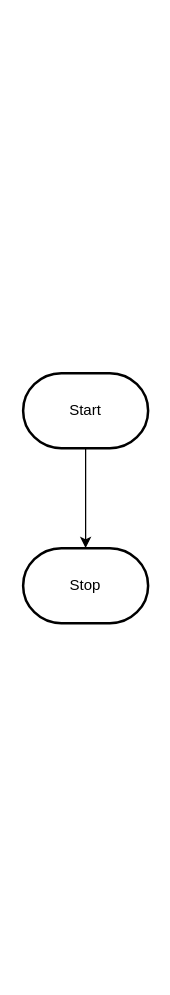
Earlier version of the draw.io diagram design/flowchart.drawio (MTHS-ICS2O-2-2022/ICS2O-Unit-6-03-charlotte-jhu). Source tidied: cells renumbered, new cells numbered last; positions are measured from the earlier drawing's top-left corner, leaving out a move shared by most shapes. Both pictures are drawn from the tidied source at 125%, with x=0, y=0 at pixel (22, 372).
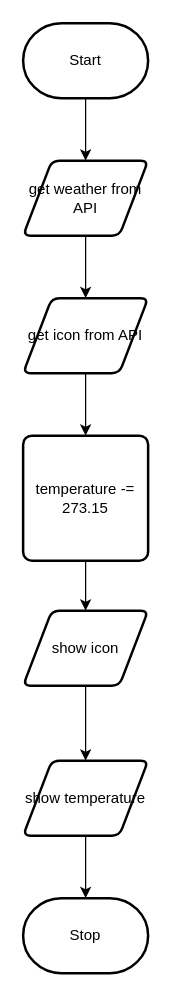
After the change.

Change to the diagram source:
```diff
@@
 <mxGraphModel>
   <root>
     <mxCell id="0" />
     <mxCell id="1" parent="0" />
-    <mxCell id="2" style="edgeStyle=orthogonalEdgeStyle;html=1;rounded=0;" parent="1" edge="1" source="3" target="4">
-      <mxGeometry relative="1" as="geometry" />
-    </mxCell>
+    <mxCell id="5" style="edgeStyle=none;html=1;exitX=0.5;exitY=1;exitDx=0;exitDy=0;exitPerimeter=0;entryX=0.5;entryY=0;entryDx=0;entryDy=0;" parent="1" edge="1" source="3" target="2">
+      <mxGeometry relative="1" as="geometry" />
+    </mxCell>
     <mxCell id="3" value="Start" style="strokeWidth=2;html=1;shape=mxgraph.flowchart.terminator;whiteSpace=wrap;" parent="1" vertex="1">
-      <mxGeometry width="100" height="60" as="geometry" />
+      <mxGeometry y="-280" width="100" height="60" as="geometry" />
     </mxCell>
     <mxCell id="4" value="Stop" style="strokeWidth=2;html=1;shape=mxgraph.flowchart.terminator;whiteSpace=wrap;" parent="1" vertex="1">
-      <mxGeometry y="140" width="100" height="60" as="geometry" />
+      <mxGeometry y="420" width="100" height="60" as="geometry" />
     </mxCell>
+    <mxCell id="6" style="edgeStyle=none;html=1;exitX=0.5;exitY=1;exitDx=0;exitDy=0;entryX=0.5;entryY=0;entryDx=0;entryDy=0;" parent="1" edge="1" source="2" target="14">
+      <mxGeometry relative="1" as="geometry" />
+    </mxCell>
+    <mxCell id="2" value="get weather from API" style="shape=parallelogram;html=1;strokeWidth=2;perimeter=parallelogramPerimeter;whiteSpace=wrap;rounded=1;arcSize=12;size=0.23;" parent="1" vertex="1">
+      <mxGeometry y="-170" width="100" height="60" as="geometry" />
+    </mxCell>
+    <mxCell id="7" style="edgeStyle=none;html=1;exitX=0.5;exitY=1;exitDx=0;exitDy=0;entryX=0.5;entryY=0;entryDx=0;entryDy=0;" parent="1" edge="1" source="8" target="12">
+      <mxGeometry relative="1" as="geometry" />
+    </mxCell>
+    <mxCell id="8" value="temperature -= 273.15" style="rounded=1;whiteSpace=wrap;html=1;absoluteArcSize=1;arcSize=14;strokeWidth=2;" parent="1" vertex="1">
+      <mxGeometry y="50" width="100" height="100" as="geometry" />
+    </mxCell>
+    <mxCell id="9" style="edgeStyle=none;html=1;exitX=0.5;exitY=1;exitDx=0;exitDy=0;" parent="1" edge="1" source="10" target="4">
+      <mxGeometry relative="1" as="geometry" />
+    </mxCell>
+    <mxCell id="10" value="show temperature" style="shape=parallelogram;html=1;strokeWidth=2;perimeter=parallelogramPerimeter;whiteSpace=wrap;rounded=1;arcSize=12;size=0.23;" parent="1" vertex="1">
+      <mxGeometry y="310" width="100" height="60" as="geometry" />
+    </mxCell>
+    <mxCell id="11" style="edgeStyle=none;html=1;exitX=0.5;exitY=1;exitDx=0;exitDy=0;entryX=0.5;entryY=0;entryDx=0;entryDy=0;" parent="1" edge="1" source="12" target="10">
+      <mxGeometry relative="1" as="geometry" />
+    </mxCell>
+    <mxCell id="12" value="show icon" style="shape=parallelogram;html=1;strokeWidth=2;perimeter=parallelogramPerimeter;whiteSpace=wrap;rounded=1;arcSize=12;size=0.23;" parent="1" vertex="1">
+      <mxGeometry y="190" width="100" height="60" as="geometry" />
+    </mxCell>
+    <mxCell id="13" style="edgeStyle=none;html=1;exitX=0.5;exitY=1;exitDx=0;exitDy=0;" parent="1" edge="1" source="14" target="8">
+      <mxGeometry relative="1" as="geometry" />
+    </mxCell>
+    <mxCell id="14" value="get icon from API" style="shape=parallelogram;html=1;strokeWidth=2;perimeter=parallelogramPerimeter;whiteSpace=wrap;rounded=1;arcSize=12;size=0.23;" parent="1" vertex="1">
+      <mxGeometry y="-60" width="100" height="60" as="geometry" />
+    </mxCell>
   </root>
 </mxGraphModel>
```
